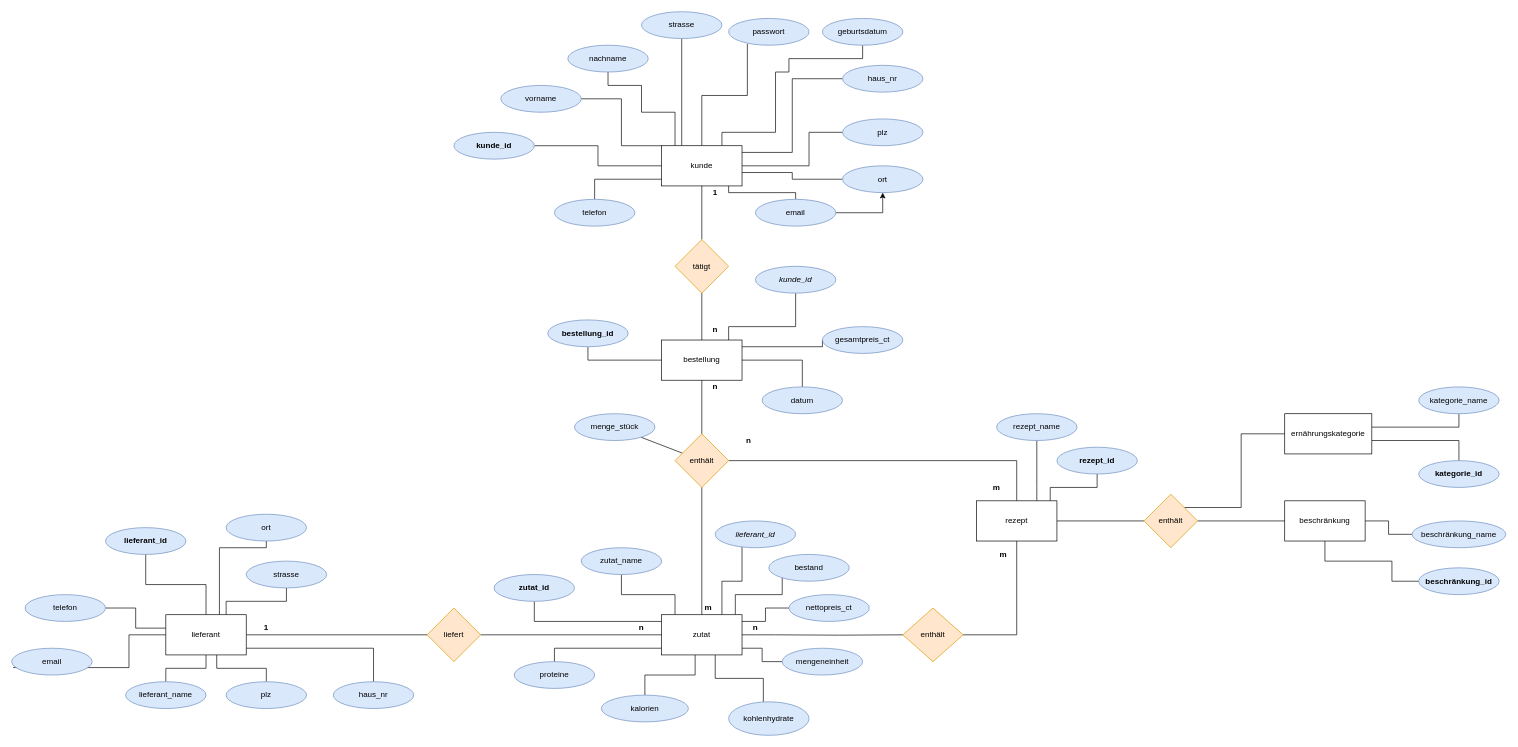
Before: Ist-Zustand-ERD.drawio in AlexBrightwater/Kraut_und_Rueben, a draw.io diagram. Source tidied: cells renumbered, new cells numbered last; positions are measured from the earlier drawing's top-left corner, leaving out a move shared by most shapes. Both pictures are drawn from the tidied source at 67%, with x=0, y=0 at pixel (11, 11).
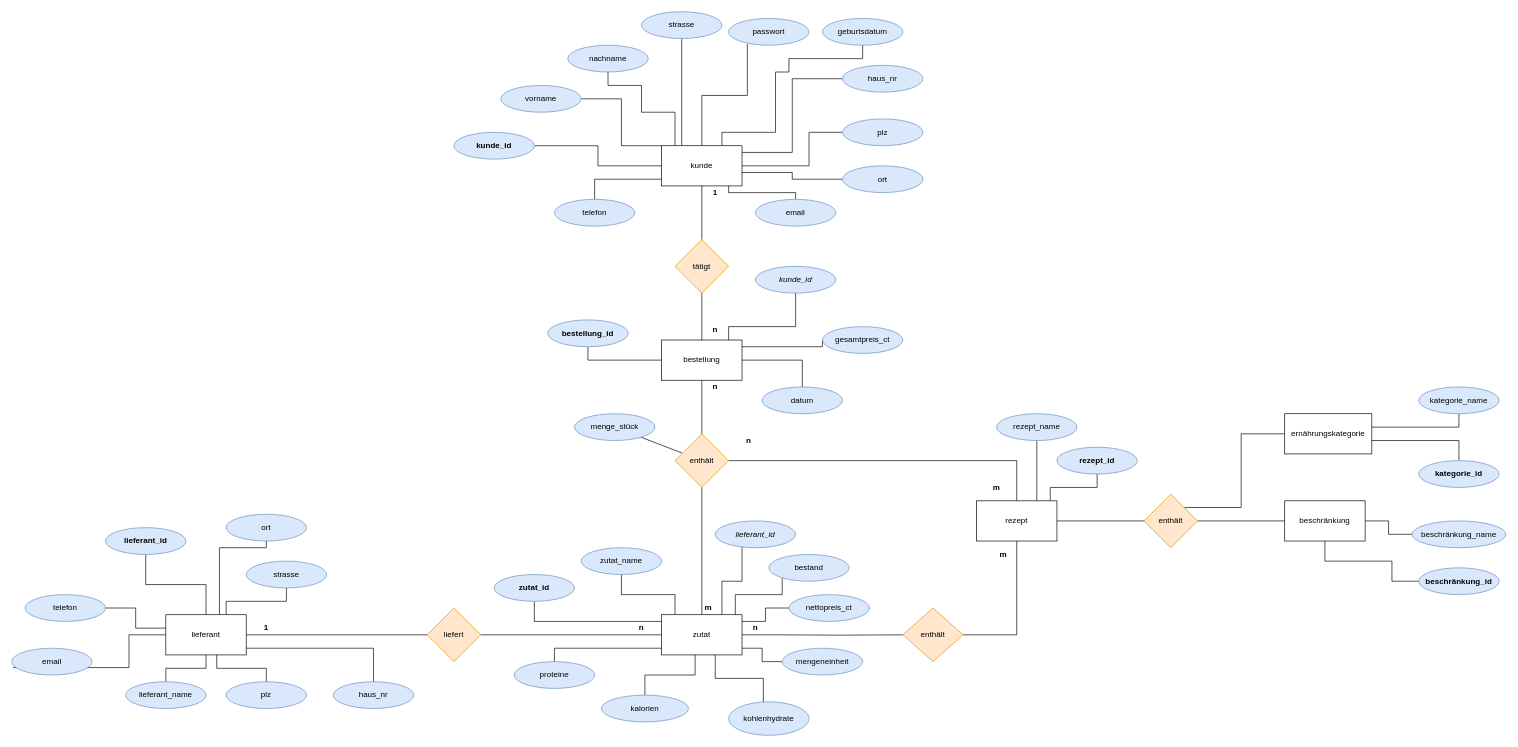
After the change.

The change refers to these unchanged cells:
```xml
<mxCell id="81" value="ort" style="ellipse;whiteSpace=wrap;html=1;fillColor=#dae8fc;strokeColor=#6c8ebf;" parent="1" vertex="1">
  <mxGeometry x="1240" y="230" width="120" height="40" as="geometry" />
</mxCell>
<mxCell id="111" value="email" style="ellipse;whiteSpace=wrap;html=1;fillColor=#dae8fc;strokeColor=#6c8ebf;" parent="1" vertex="1">
  <mxGeometry x="1110" y="280" width="120" height="40" as="geometry" />
</mxCell>
```

Diff of the diagram source:
```diff
@@
-    <mxCell id="110" style="edgeStyle=orthogonalEdgeStyle;rounded=0;jettySize=auto;html=1;" parent="1" edge="1" source="111" target="81">
-      <mxGeometry relative="1" as="geometry" />
-    </mxCell>
```
